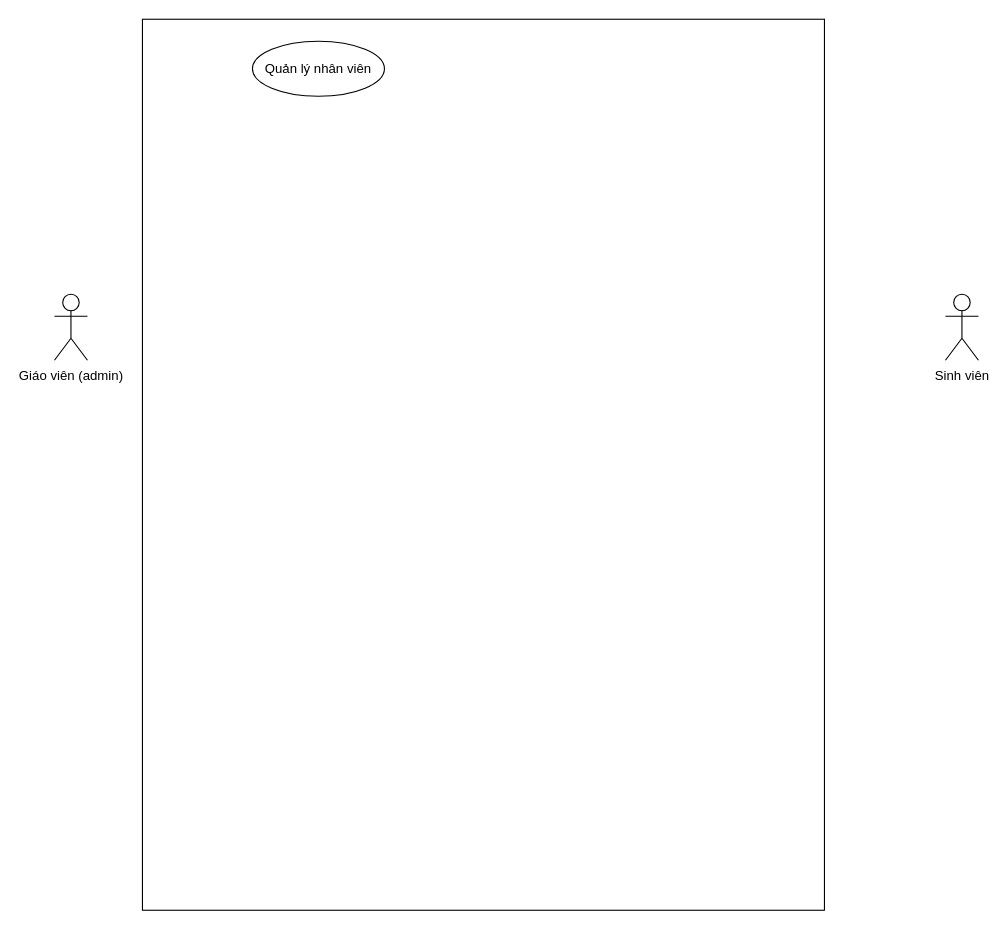
tien-huce-edu/huce_final_project keeps this draw.io diagram as Diagrams/usecase.drawio. Above is the earlier version. Source tidied: cells renumbered, new cells numbered last; positions are measured from the earlier drawing's top-left corner, leaving out a move shared by most shapes. Both pictures are drawn from the tidied source at 110%, with x=0, y=0 at pixel (54, 19).
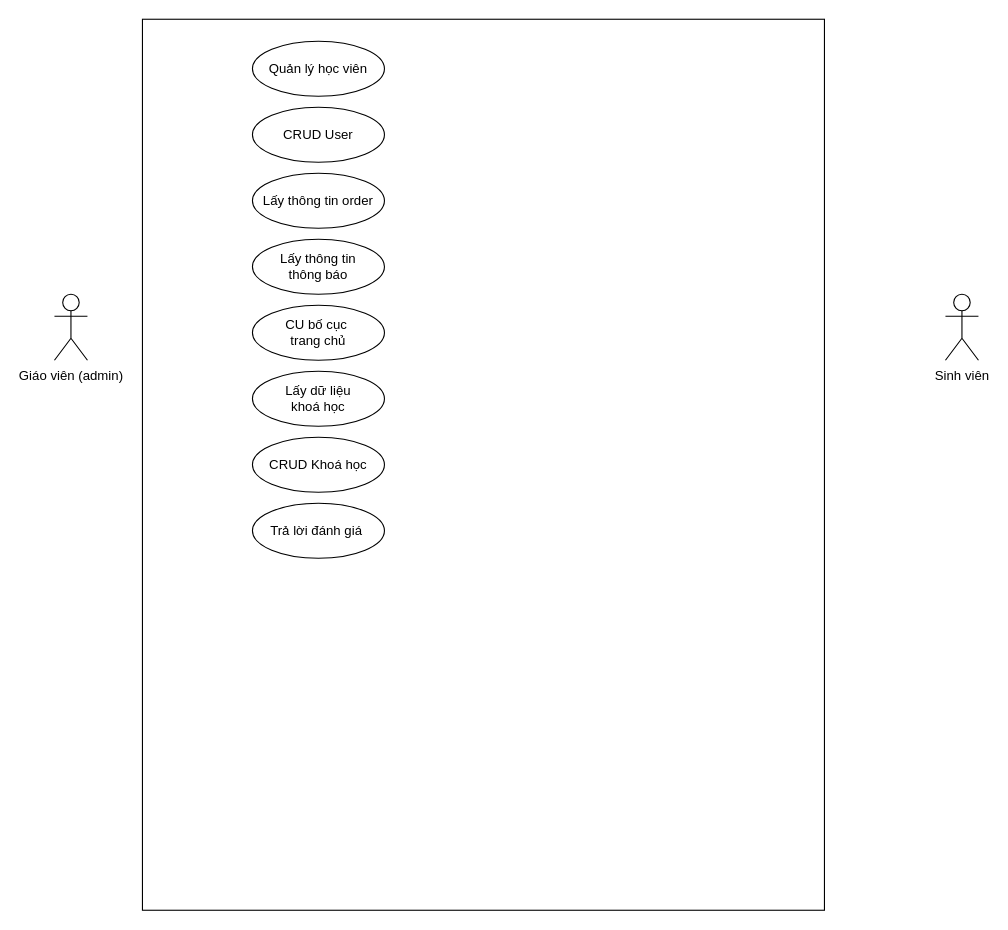
Above is the later version.

Commit message (it also covers changes not shown here):
feature/code_diagram_server

The edit, as a diff of the source:
```diff
@@
 <mxGraphModel>
   <root>
     <mxCell id="0" />
     <mxCell id="1" parent="0" />
     <mxCell id="2" value="Giáo viên (admin)" style="shape=umlActor;verticalLabelPosition=bottom;verticalAlign=top;html=1;" parent="1" vertex="1">
       <mxGeometry y="250" width="30" height="60" as="geometry" />
     </mxCell>
     <mxCell id="3" value="Sinh viên" style="shape=umlActor;verticalLabelPosition=bottom;verticalAlign=top;html=1;" parent="1" vertex="1">
       <mxGeometry x="810" y="250" width="30" height="60" as="geometry" />
     </mxCell>
     <mxCell id="4" style="rounded=0;whiteSpace=wrap;html=1;" parent="1" vertex="1">
       <mxGeometry x="80" width="620" height="810" as="geometry" />
     </mxCell>
-    <mxCell id="5" value="Quản lý nhân viên" style="ellipse;whiteSpace=wrap;html=1;" parent="1" vertex="1">
+    <mxCell id="5" value="Quản lý học viên" style="ellipse;whiteSpace=wrap;html=1;" parent="1" vertex="1">
       <mxGeometry x="180" y="20" width="120" height="50" as="geometry" />
     </mxCell>
+    <mxCell id="6" value="CRUD User" style="ellipse;whiteSpace=wrap;html=1;" parent="1" vertex="1">
+      <mxGeometry x="180" y="80" width="120" height="50" as="geometry" />
+    </mxCell>
+    <mxCell id="7" value="Lấy thông tin order" style="ellipse;whiteSpace=wrap;html=1;" parent="1" vertex="1">
+      <mxGeometry x="180" y="140" width="120" height="50" as="geometry" />
+    </mxCell>
+    <mxCell id="8" value="Lấy thông tin thông&lt;span style=&quot;background-color: initial;&quot;&gt;&amp;nbsp;báo&lt;/span&gt;" style="ellipse;whiteSpace=wrap;html=1;" parent="1" vertex="1">
+      <mxGeometry x="180" y="200" width="120" height="50" as="geometry" />
+    </mxCell>
+    <mxCell id="9" value="CU bố cục&amp;nbsp;&lt;div&gt;trang chủ&lt;/div&gt;" style="ellipse;whiteSpace=wrap;html=1;" parent="1" vertex="1">
+      <mxGeometry x="180" y="260" width="120" height="50" as="geometry" />
+    </mxCell>
+    <mxCell id="10" value="Lấy dữ liệu&lt;div&gt;&lt;span style=&quot;background-color: initial;&quot;&gt;khoá học&lt;/span&gt;&lt;/div&gt;" style="ellipse;whiteSpace=wrap;html=1;" parent="1" vertex="1">
+      <mxGeometry x="180" y="320" width="120" height="50" as="geometry" />
+    </mxCell>
+    <mxCell id="11" value="CRUD Khoá học" style="ellipse;whiteSpace=wrap;html=1;" parent="1" vertex="1">
+      <mxGeometry x="180" y="380" width="120" height="50" as="geometry" />
+    </mxCell>
+    <mxCell id="12" value="Trả lời đánh giá&amp;nbsp;" style="ellipse;whiteSpace=wrap;html=1;" parent="1" vertex="1">
+      <mxGeometry x="180" y="440" width="120" height="50" as="geometry" />
+    </mxCell>
   </root>
 </mxGraphModel>
```
